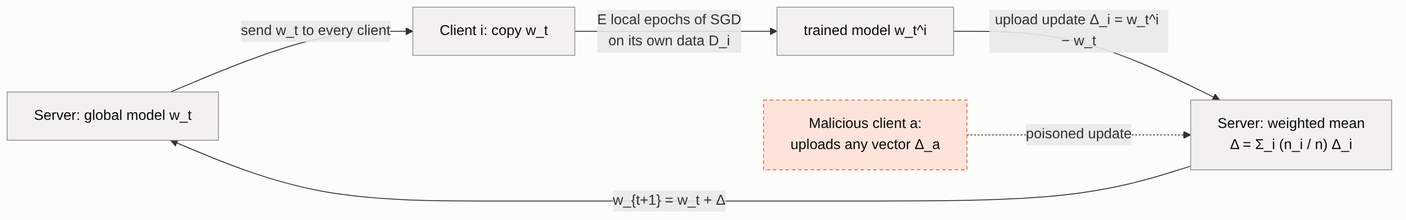
The Mermaid diagram docs/report/figures/diagrams/01_fedavg_round.png in BinhPhamTieSinger/RFL_Lab, before a commit. Its source is kept beside it as docs/report/diagrams/01_fedavg_round.mmd. The source it was exported from:
```mermaid
flowchart LR
  S["Server: global model w_t"]:::same -->|"send w_t to every client"| C1["Client i: copy w_t"]:::same
  C1 -->|"E local epochs of SGD<br/>on its own data D_i"| T["trained model w_t^i"]:::same
  T -->|"upload update Δ_i = w_t^i − w_t"| A["Server: weighted mean<br/>Δ = Σ_i (n_i / n) Δ_i"]:::same
  A -->|"w_{t+1} = w_t + Δ"| S
  M["Malicious client a:<br/>uploads any vector Δ_a"]:::gone -.->|"poisoned update"| A
  classDef same fill:#f2f1ee,stroke:#9a9893,color:#0b0b0b
  classDef new fill:#d5f2e6,stroke:#1baf7a,stroke-width:2px,color:#0b0b0b
  classDef changed fill:#fdefc8,stroke:#eda100,stroke-width:2px,color:#0b0b0b
  classDef gone fill:#fde3d9,stroke:#eb6834,stroke-dasharray:4 3,color:#0b0b0b
```
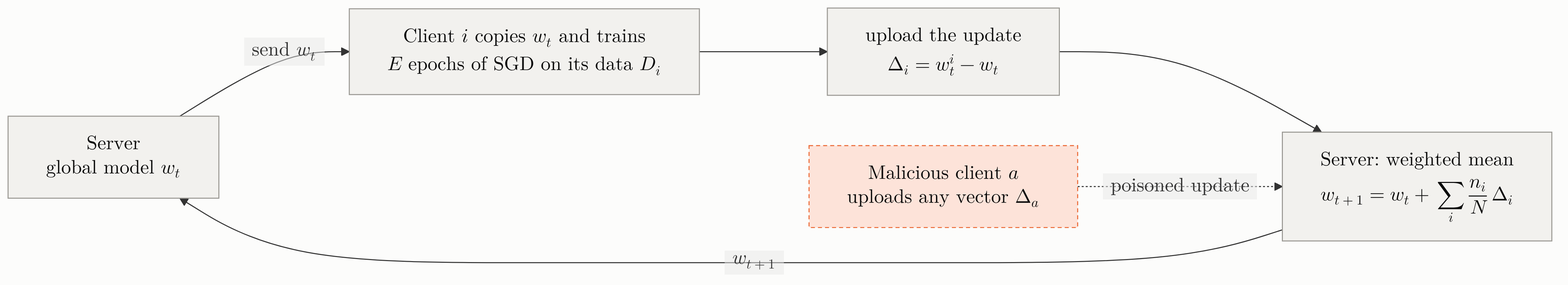
After the change.

What changed in the source:
```diff
@@ -1,10 +1,20 @@
 flowchart LR
-  S["Server: global model w_t"]:::same -->|"send w_t to every client"| C1["Client i: copy w_t"]:::same
-  C1 -->|"E local epochs of SGD<br/>on its own data D_i"| T["trained model w_t^i"]:::same
-  T -->|"upload update Δ_i = w_t^i − w_t"| A["Server: weighted mean<br/>Δ = Σ_i (n_i / n) Δ_i"]:::same
-  A -->|"w_{t+1} = w_t + Δ"| S
-  M["Malicious client a:<br/>uploads any vector Δ_a"]:::gone -.->|"poisoned update"| A
+  S["$$\begin{array}{c}\text{Server} \cr \text{global model }w_t\end{array}$$"]:::same
+  C["$$\begin{array}{c}\text{Client }i\text{ copies }w_t\text{ and trains} \cr E\text{ epochs of SGD on its data }D_i\end{array}$$"]:::same
+  U["$$\begin{array}{c}\text{upload the update} \cr \displaystyle \Delta_i = w_t^i - w_t\end{array}$$"]:::same
+  A["$$\begin{array}{c}\text{Server: weighted mean} \cr \displaystyle w_{t+1} = w_t + \sum_i \frac{n_i}{N}\,\Delta_i\end{array}$$"]:::same
+  M["$$\begin{array}{c}\text{Malicious client }a \cr \text{uploads any vector }\Delta_a\end{array}$$"]:::gone
+  S -->|"$$\begin{array}{c}\text{send }w_t\end{array}$$"| C
+  C --> U
+  U --> A
+  A -->|"$$\begin{array}{c}w_{t+1}\end{array}$$"| S
+  M -.->|"$$\begin{array}{c}\text{poisoned update}\end{array}$$"| A
   classDef same fill:#f2f1ee,stroke:#9a9893,color:#0b0b0b
   classDef new fill:#d5f2e6,stroke:#1baf7a,stroke-width:2px,color:#0b0b0b
   classDef changed fill:#fdefc8,stroke:#eda100,stroke-width:2px,color:#0b0b0b
   classDef gone fill:#fde3d9,stroke:#eb6834,stroke-dasharray:4 3,color:#0b0b0b
+  classDef trunk fill:#e8eef9,stroke:#2a78d6,color:#0b0b0b
+  classDef head fill:#fdefc8,stroke:#eda100,color:#0b0b0b
+  classDef k fill:#d5f2e6,stroke:#1baf7a,color:#0b0b0b
+  classDef x fill:#fde3d9,stroke:#eb6834,color:#0b0b0b
+  classDef w fill:#fdefc8,stroke:#eda100,color:#0b0b0b
```
